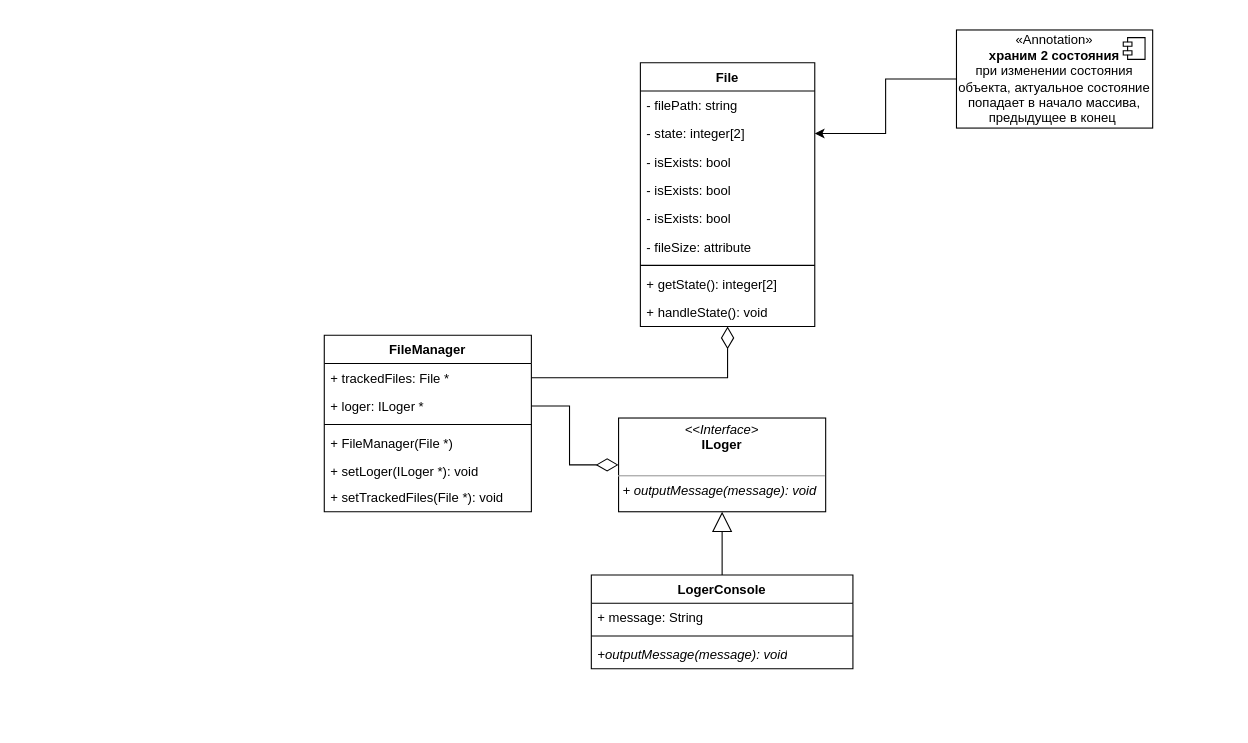
The draw.io diagram class-diagram.drawio in kvintes/course-soft-dev-1lab-file-monitoring, before the edit. Source tidied: cells renumbered, new cells numbered last; positions are measured from the earlier drawing's top-left corner, leaving out a move shared by most shapes. Both pictures are drawn from the tidied source at 109%, with x=0, y=0 at pixel (324, 29).
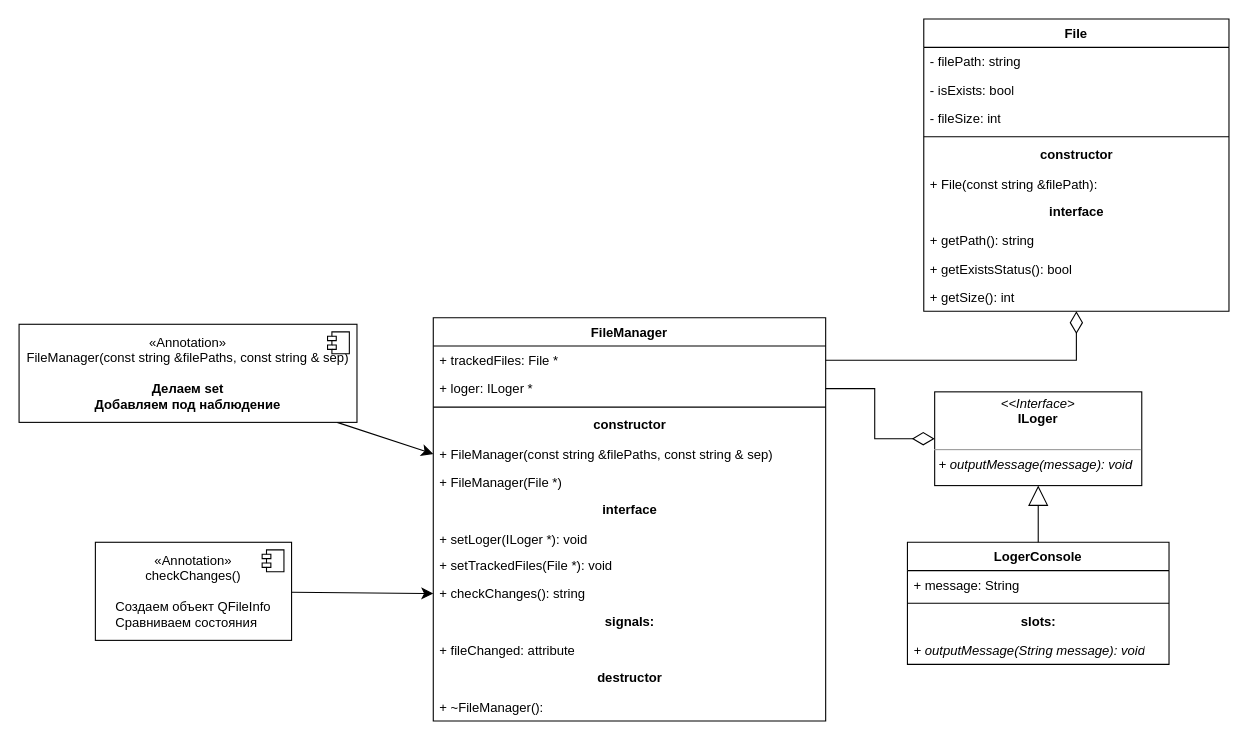
The same diagram, later.

What changed in the source:
```diff
@@
     <mxCell id="3" value="File" style="swimlane;fontStyle=1;align=center;verticalAlign=top;horizontal=1;startSize=26;whiteSpace=wrap;html=1;" parent="1" vertex="1">
-      <mxGeometry x="290" y="30" width="160" height="242" as="geometry" />
+      <mxGeometry x="550" y="-10" width="280" height="268" as="geometry" />
     </mxCell>
     <mxCell id="4" value="- filePath: string" style="text;strokeColor=none;fillColor=none;align=left;verticalAlign=top;spacingLeft=4;spacingRight=4;overflow=hidden;whiteSpace=wrap;html=1;" parent="3" vertex="1">
-      <mxGeometry y="26" width="160" height="26" as="geometry" />
+      <mxGeometry y="26" width="280" height="26" as="geometry" />
     </mxCell>
-    <mxCell id="5" value="- state: integer[2]" style="text;strokeColor=none;fillColor=none;align=left;verticalAlign=top;spacingLeft=4;spacingRight=4;overflow=hidden;points=[[0,0.5],[1,0.5]];portConstraint=eastwest;whiteSpace=wrap;html=1;" parent="3" vertex="1">
-      <mxGeometry y="52" width="160" height="26" as="geometry" />
-    </mxCell>
     <mxCell id="6" value="- isExists: bool" style="text;strokeColor=none;fillColor=none;align=left;verticalAlign=top;spacingLeft=4;spacingRight=4;overflow=hidden;whiteSpace=wrap;html=1;" parent="3" vertex="1">
-      <mxGeometry y="78" width="160" height="26" as="geometry" />
+      <mxGeometry y="52" width="280" height="26" as="geometry" />
     </mxCell>
-    <mxCell id="7" value="- isExists: bool" style="text;strokeColor=none;fillColor=none;align=left;verticalAlign=top;spacingLeft=4;spacingRight=4;overflow=hidden;whiteSpace=wrap;html=1;" parent="3" vertex="1">
-      <mxGeometry y="104" width="160" height="26" as="geometry" />
-    </mxCell>
-    <mxCell id="8" value="- isExists: bool" style="text;strokeColor=none;fillColor=none;align=left;verticalAlign=top;spacingLeft=4;spacingRight=4;overflow=hidden;whiteSpace=wrap;html=1;" parent="3" vertex="1">
-      <mxGeometry y="130" width="160" height="26" as="geometry" />
-    </mxCell>
-    <mxCell id="9" value="- fileSize: attribute" style="text;strokeColor=none;fillColor=none;align=left;verticalAlign=top;spacingLeft=4;spacingRight=4;overflow=hidden;whiteSpace=wrap;html=1;" parent="3" vertex="1">
-      <mxGeometry y="156" width="160" height="26" as="geometry" />
+    <mxCell id="9" value="- fileSize: int" style="text;strokeColor=none;fillColor=none;align=left;verticalAlign=top;spacingLeft=4;spacingRight=4;overflow=hidden;whiteSpace=wrap;html=1;" parent="3" vertex="1">
+      <mxGeometry y="78" width="280" height="26" as="geometry" />
     </mxCell>
     <mxCell id="10" style="line;strokeWidth=1;fillColor=none;align=left;verticalAlign=middle;spacingTop=-1;spacingLeft=3;spacingRight=3;labelPosition=right;strokeColor=inherit;" parent="3" vertex="1">
-      <mxGeometry y="182" width="160" height="8" as="geometry" />
+      <mxGeometry y="104" width="280" height="8" as="geometry" />
     </mxCell>
+    <mxCell id="30" value="constructor" style="text;align=center;fontStyle=1;verticalAlign=middle;spacingLeft=3;spacingRight=3;strokeColor=none;html=1;" parent="3" vertex="1">
+      <mxGeometry y="112" width="280" height="26" as="geometry" />
+    </mxCell>
+    <mxCell id="31" value="+ File(const string &amp;amp;filePath):" style="text;strokeColor=none;fillColor=none;align=left;verticalAlign=top;spacingLeft=4;spacingRight=4;overflow=hidden;whiteSpace=wrap;html=1;" parent="3" vertex="1">
+      <mxGeometry y="138" width="280" height="26" as="geometry" />
+    </mxCell>
+    <mxCell id="32" value="interface" style="text;align=center;fontStyle=1;verticalAlign=middle;spacingLeft=3;spacingRight=3;strokeColor=none;html=1;" parent="3" vertex="1">
+      <mxGeometry y="164" width="280" height="26" as="geometry" />
+    </mxCell>
+    <mxCell id="33" value="+ getPath(): string" style="text;strokeColor=none;fillColor=none;align=left;verticalAlign=top;spacingLeft=4;spacingRight=4;overflow=hidden;whiteSpace=wrap;html=1;" parent="3" vertex="1">
+      <mxGeometry y="190" width="280" height="26" as="geometry" />
+    </mxCell>
+    <mxCell id="34" value="+ getExistsStatus(): bool" style="text;strokeColor=none;fillColor=none;align=left;verticalAlign=top;spacingLeft=4;spacingRight=4;overflow=hidden;whiteSpace=wrap;html=1;" parent="3" vertex="1">
+      <mxGeometry y="216" width="280" height="26" as="geometry" />
+    </mxCell>
-    <mxCell id="11" value="+ getState(): integer[2]" style="text;strokeColor=none;fillColor=none;align=left;verticalAlign=top;spacingLeft=4;spacingRight=4;overflow=hidden;whiteSpace=wrap;html=1;" parent="3" vertex="1">
-      <mxGeometry y="190" width="160" height="26" as="geometry" />
+    <mxCell id="11" value="+ getSize(): int" style="text;strokeColor=none;fillColor=none;align=left;verticalAlign=top;spacingLeft=4;spacingRight=4;overflow=hidden;whiteSpace=wrap;html=1;" parent="3" vertex="1">
+      <mxGeometry y="242" width="280" height="26" as="geometry" />
     </mxCell>
-    <mxCell id="12" value="+ handleState(): void" style="text;strokeColor=none;fillColor=none;align=left;verticalAlign=top;spacingLeft=4;spacingRight=4;overflow=hidden;whiteSpace=wrap;html=1;" parent="3" vertex="1">
-      <mxGeometry y="216" width="160" height="26" as="geometry" />
-    </mxCell>
     <mxCell id="13" value="FileManager" style="swimlane;fontStyle=1;align=center;verticalAlign=top;horizontal=1;startSize=26;whiteSpace=wrap;html=1;" parent="1" vertex="1">
-      <mxGeometry y="280" width="190" height="162" as="geometry" />
+      <mxGeometry x="100" y="264" width="360" height="370" as="geometry" />
     </mxCell>
     <mxCell id="14" value="+ trackedFiles: File *" style="text;strokeColor=none;fillColor=none;align=left;verticalAlign=top;spacingLeft=4;spacingRight=4;overflow=hidden;points=[[0,0.5],[1,0.5]];portConstraint=eastwest;whiteSpace=wrap;html=1;" parent="13" vertex="1">
-      <mxGeometry y="26" width="190" height="26" as="geometry" />
+      <mxGeometry y="26" width="360" height="26" as="geometry" />
     </mxCell>
     <mxCell id="15" value="+ loger: ILoger *" style="text;strokeColor=none;fillColor=none;align=left;verticalAlign=top;spacingLeft=4;spacingRight=4;overflow=hidden;points=[[0,0.5],[1,0.5]];portConstraint=eastwest;whiteSpace=wrap;html=1;" parent="13" vertex="1">
-      <mxGeometry y="52" width="190" height="26" as="geometry" />
+      <mxGeometry y="52" width="360" height="26" as="geometry" />
     </mxCell>
     <mxCell id="16" style="line;strokeWidth=1;fillColor=none;align=left;verticalAlign=middle;spacingTop=-1;spacingLeft=3;spacingRight=3;labelPosition=right;strokeColor=inherit;" parent="13" vertex="1">
-      <mxGeometry y="78" width="190" height="8" as="geometry" />
+      <mxGeometry y="78" width="360" height="8" as="geometry" />
     </mxCell>
+    <mxCell id="35" value="constructor" style="text;align=center;fontStyle=1;verticalAlign=middle;spacingLeft=3;spacingRight=3;strokeColor=none;html=1;" parent="13" vertex="1">
+      <mxGeometry y="86" width="360" height="26" as="geometry" />
+    </mxCell>
+    <mxCell id="36" value="+ FileManager(const string &amp;amp;filePaths, const string &amp;amp; sep)&amp;nbsp;" style="text;strokeColor=none;fillColor=none;align=left;verticalAlign=top;spacingLeft=4;spacingRight=4;overflow=hidden;points=[[0,0.5],[1,0.5]];portConstraint=eastwest;whiteSpace=wrap;html=1;" parent="13" vertex="1">
+      <mxGeometry y="112" width="360" height="26" as="geometry" />
+    </mxCell>
     <mxCell id="17" value="+ FileManager(File *)" style="text;strokeColor=none;fillColor=none;align=left;verticalAlign=top;spacingLeft=4;spacingRight=4;overflow=hidden;whiteSpace=wrap;html=1;" parent="13" vertex="1">
-      <mxGeometry y="86" width="190" height="26" as="geometry" />
+      <mxGeometry y="138" width="360" height="26" as="geometry" />
     </mxCell>
+    <mxCell id="37" value="interface" style="text;align=center;fontStyle=1;verticalAlign=middle;spacingLeft=3;spacingRight=3;strokeColor=none;html=1;" parent="13" vertex="1">
+      <mxGeometry y="164" width="360" height="26" as="geometry" />
+    </mxCell>
     <mxCell id="18" value="&lt;div style=&quot;&quot;&gt;&lt;/div&gt;+ setLoger(ILoger *): void" style="text;strokeColor=none;fillColor=none;align=left;verticalAlign=top;spacingLeft=4;spacingRight=4;overflow=hidden;whiteSpace=wrap;html=1;" parent="13" vertex="1">
-      <mxGeometry y="112" width="190" height="24" as="geometry" />
+      <mxGeometry y="190" width="360" height="24" as="geometry" />
     </mxCell>
     <mxCell id="19" value="+ setTrackedFiles(File *): void" style="text;strokeColor=none;fillColor=none;align=left;verticalAlign=top;spacingLeft=4;spacingRight=4;overflow=hidden;whiteSpace=wrap;html=1;" parent="13" vertex="1">
-      <mxGeometry y="136" width="190" height="26" as="geometry" />
+      <mxGeometry y="214" width="360" height="26" as="geometry" />
     </mxCell>
-    <mxCell id="20" style="edgeStyle=orthogonalEdgeStyle;rounded=0;jettySize=auto;html=1;entryX=1;entryY=0.5;entryDx=0;entryDy=0;" parent="1" edge="1" source="21" target="5">
-      <mxGeometry relative="1" as="geometry" />
-    </mxCell>
-    <mxCell id="21" value="«Annotation»&lt;br&gt;&lt;b&gt;храним 2 состояния&lt;br&gt;&lt;/b&gt;при изменении состояния объекта, актуальное состояние попадает в начало массива, предыдущее в конец&amp;nbsp;" style="html=1;whiteSpace=wrap;" parent="1" vertex="1">
-      <mxGeometry x="580" width="180" height="90" as="geometry" />
-    </mxCell>
-    <mxCell id="22" style="shape=module;jettyWidth=8;jettyHeight=4;" parent="21" vertex="1">
-      <mxGeometry x="1" width="20" height="20" relative="1" as="geometry">
-        <mxPoint x="-27" y="7" as="offset" />
-      </mxGeometry>
-    </mxCell>
+    <mxCell id="38" value="+ checkChanges(): string" style="text;strokeColor=none;fillColor=none;align=left;verticalAlign=top;spacingLeft=4;spacingRight=4;overflow=hidden;points=[[0,0.5],[1,0.5]];portConstraint=eastwest;whiteSpace=wrap;html=1;" parent="13" vertex="1">
+      <mxGeometry y="240" width="360" height="26" as="geometry" />
+    </mxCell>
+    <mxCell id="39" value="signals:" style="text;align=center;fontStyle=1;verticalAlign=middle;spacingLeft=3;spacingRight=3;strokeColor=none;html=1;" parent="13" vertex="1">
+      <mxGeometry y="266" width="360" height="26" as="geometry" />
+    </mxCell>
+    <mxCell id="40" value="+ fileChanged: attribute" style="text;strokeColor=none;fillColor=none;align=left;verticalAlign=top;spacingLeft=4;spacingRight=4;overflow=hidden;whiteSpace=wrap;html=1;" parent="13" vertex="1">
+      <mxGeometry y="292" width="360" height="26" as="geometry" />
+    </mxCell>
+    <mxCell id="41" value="destructor" style="text;align=center;fontStyle=1;verticalAlign=middle;spacingLeft=3;spacingRight=3;strokeColor=none;html=1;" parent="13" vertex="1">
+      <mxGeometry y="318" width="360" height="26" as="geometry" />
+    </mxCell>
+    <mxCell id="42" value="+ ~FileManager():" style="text;strokeColor=none;fillColor=none;align=left;verticalAlign=top;spacingLeft=4;spacingRight=4;overflow=hidden;whiteSpace=wrap;html=1;" parent="13" vertex="1">
+      <mxGeometry y="344" width="360" height="26" as="geometry" />
+    </mxCell>
     <mxCell id="23" value="LogerConsole" style="swimlane;fontStyle=1;align=center;verticalAlign=top;horizontal=1;startSize=26;whiteSpace=wrap;html=1;" parent="1" vertex="1">
-      <mxGeometry x="245" y="500" width="240" height="86" as="geometry" />
+      <mxGeometry x="535" y="470" width="240" height="112" as="geometry" />
     </mxCell>
@@
+    <mxCell id="43" value="slots:" style="text;align=center;fontStyle=1;verticalAlign=middle;spacingLeft=3;spacingRight=3;strokeColor=none;html=1;" parent="23" vertex="1">
+      <mxGeometry y="60" width="240" height="26" as="geometry" />
+    </mxCell>
-    <mxCell id="26" value="&lt;i style=&quot;border-color: var(--border-color);&quot;&gt;+outputMessage(message): void&lt;/i&gt;" style="text;align=left;verticalAlign=top;spacingLeft=4;spacingRight=4;overflow=hidden;whiteSpace=wrap;html=1;" parent="23" vertex="1">
-      <mxGeometry y="60" width="240" height="26" as="geometry" />
+    <mxCell id="26" value="&lt;i style=&quot;border-color: var(--border-color);&quot;&gt;+ outputMessage(String message): void&lt;/i&gt;" style="text;align=left;verticalAlign=top;spacingLeft=4;spacingRight=4;overflow=hidden;whiteSpace=wrap;html=1;" parent="23" vertex="1">
+      <mxGeometry y="86" width="240" height="26" as="geometry" />
     </mxCell>
@@
     <mxCell id="28" value="&lt;p style=&quot;margin:0px;margin-top:4px;text-align:center;&quot;&gt;&lt;i&gt;&amp;lt;&amp;lt;Interface&amp;gt;&lt;/i&gt;&lt;br&gt;&lt;b&gt;ILoger&lt;/b&gt;&lt;/p&gt;&lt;p style=&quot;margin:0px;margin-left:4px;&quot;&gt;&lt;br&gt;&lt;/p&gt;&lt;hr size=&quot;1&quot;&gt;&lt;p style=&quot;margin:0px;margin-left:4px;&quot;&gt;&lt;i&gt;+ outputMessage(message): void&lt;/i&gt;&lt;br&gt;&lt;/p&gt;" style="verticalAlign=top;align=left;overflow=fill;fontSize=12;fontFamily=Helvetica;html=1;whiteSpace=wrap;" parent="1" vertex="1">
-      <mxGeometry x="270" y="356" width="190" height="86" as="geometry" />
+      <mxGeometry x="560" y="332" width="190" height="86" as="geometry" />
     </mxCell>
@@
+    <mxCell id="44" style="edgeStyle=none;curved=1;rounded=0;jettySize=auto;html=1;entryX=0;entryY=0.5;entryDx=0;entryDy=0;fontSize=12;startSize=8;endSize=8;" parent="1" edge="1" source="45" target="36">
+      <mxGeometry relative="1" as="geometry" />
+    </mxCell>
+    <mxCell id="45" value="«Annotation»&lt;br&gt;&lt;span style=&quot;text-align: left;&quot;&gt;FileManager(const string &amp;amp;filePaths, const string &amp;amp; sep)&lt;/span&gt;&lt;div&gt;&lt;div style=&quot;text-align: left;&quot;&gt;&lt;br&gt;&lt;/div&gt;&lt;div&gt;&lt;b&gt;Делаем set&lt;/b&gt;&lt;/div&gt;&lt;div&gt;&lt;b&gt;Добавляем под наблюдение&lt;/b&gt;&lt;/div&gt;&lt;/div&gt;" style="html=1;whiteSpace=wrap;" parent="1" vertex="1">
+      <mxGeometry x="-280" y="270" width="310" height="90" as="geometry" />
+    </mxCell>
+    <mxCell id="46" style="shape=module;jettyWidth=8;jettyHeight=4;" parent="45" vertex="1">
+      <mxGeometry x="1" width="20" height="20" relative="1" as="geometry">
+        <mxPoint x="-27" y="7" as="offset" />
+      </mxGeometry>
+    </mxCell>
+    <mxCell id="47" style="edgeStyle=none;curved=1;rounded=0;jettySize=auto;html=1;entryX=0;entryY=0.5;entryDx=0;entryDy=0;fontSize=12;startSize=8;endSize=8;" parent="1" edge="1" source="48" target="38">
+      <mxGeometry relative="1" as="geometry" />
+    </mxCell>
+    <mxCell id="48" value="«Annotation»&lt;br&gt;&lt;span style=&quot;text-align: left;&quot;&gt;checkChanges()&lt;/span&gt;&lt;br&gt;&lt;div&gt;&lt;span style=&quot;text-align: left;&quot;&gt;&lt;br&gt;&lt;/span&gt;&lt;/div&gt;&lt;div style=&quot;text-align: left;&quot;&gt;Создаем объект QFileInfo&lt;/div&gt;&lt;div style=&quot;text-align: left;&quot;&gt;Сравниваем состояния&lt;/div&gt;" style="html=1;whiteSpace=wrap;" parent="1" vertex="1">
+      <mxGeometry x="-210" y="470" width="180" height="90" as="geometry" />
+    </mxCell>
+    <mxCell id="49" style="shape=module;jettyWidth=8;jettyHeight=4;" parent="48" vertex="1">
+      <mxGeometry x="1" width="20" height="20" relative="1" as="geometry">
+        <mxPoint x="-27" y="7" as="offset" />
+      </mxGeometry>
+    </mxCell>
```
